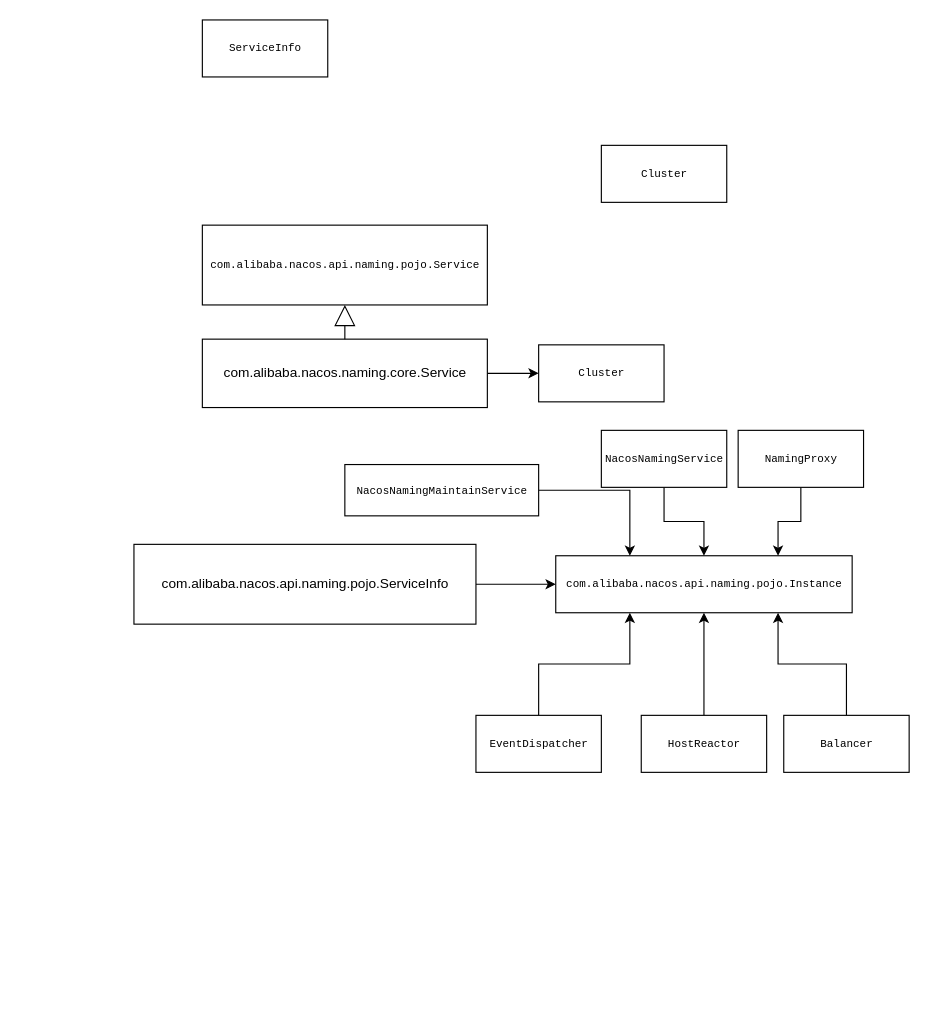
This is nacos.drawio from hellojd2018/ms_document, a draw.io file, before an edit. Source tidied: cells renumbered, new cells numbered last; positions are measured from the earlier drawing's top-left corner, leaving out a move shared by most shapes. Both pictures are drawn from the tidied source at 114%, with x=0, y=0 at pixel (133, 19).
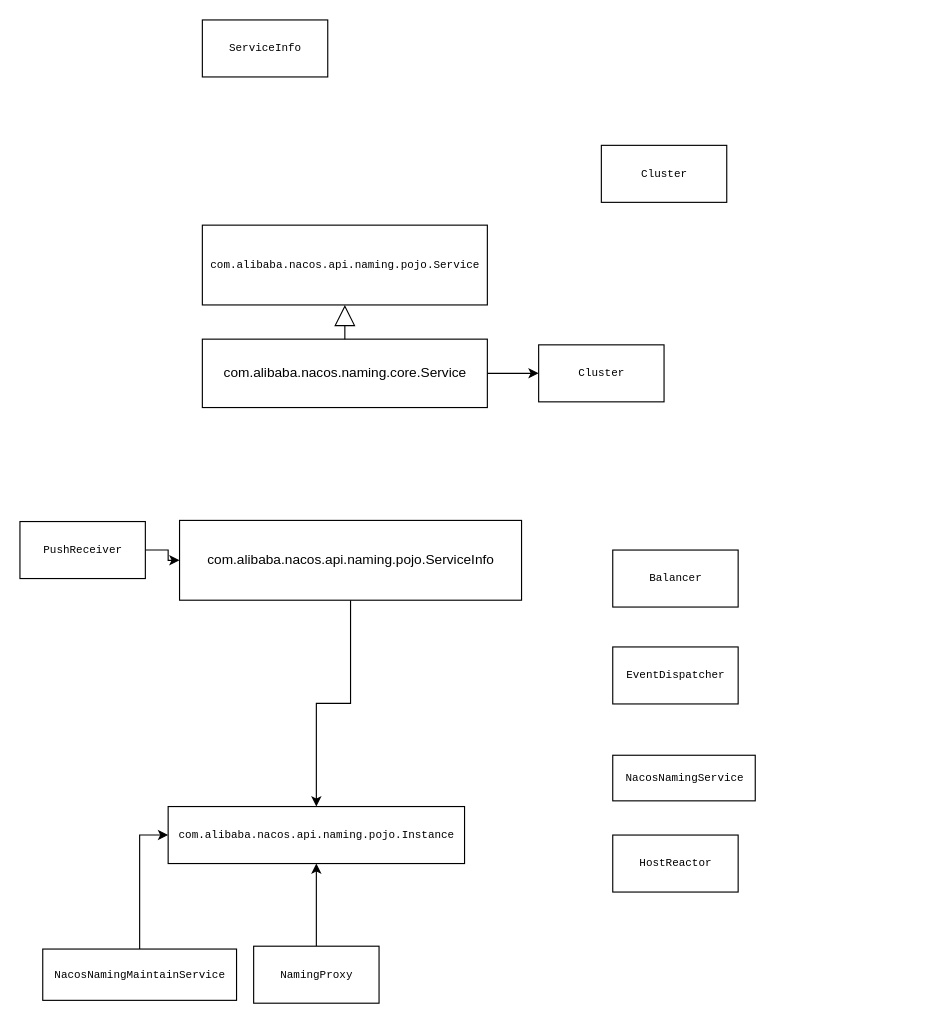
After the change.

Diff of the diagram source:
```diff
@@
     <mxCell id="3" value="&lt;pre style=&quot;background-color: rgb(255 , 255 , 255) ; font-size: 7.2pt&quot;&gt;&lt;span style=&quot;font-size: 7.2pt ; white-space: nowrap&quot;&gt;com.alibaba.nacos.api.naming.pojo.Instance&lt;/span&gt;&lt;/pre&gt;" style="html=1;" parent="1" vertex="1">
-      <mxGeometry x="370" y="470" width="260" height="50" as="geometry" />
+      <mxGeometry x="30" y="690" width="260" height="50" as="geometry" />
     </mxCell>
@@
-    <mxCell id="10" style="edgeStyle=orthogonalEdgeStyle;rounded=0;jettySize=auto;html=1;exitX=1;exitY=0.5;exitDx=0;exitDy=0;entryX=0;entryY=0.5;entryDx=0;entryDy=0;" parent="1" edge="1" source="11" target="3">
+    <mxCell id="10" style="edgeStyle=orthogonalEdgeStyle;rounded=0;jettySize=auto;html=1;exitX=0.5;exitY=1;exitDx=0;exitDy=0;entryX=0.5;entryY=0;entryDx=0;entryDy=0;" parent="1" edge="1" source="11" target="3">
       <mxGeometry relative="1" as="geometry" />
     </mxCell>
     <mxCell id="11" value="com.alibaba.nacos.api.naming.pojo.ServiceInfo" style="html=1;" parent="1" vertex="1">
-      <mxGeometry y="460" width="300" height="70" as="geometry" />
+      <mxGeometry x="40" y="439" width="300" height="70" as="geometry" />
     </mxCell>
-    <mxCell id="12" style="edgeStyle=orthogonalEdgeStyle;rounded=0;jettySize=auto;html=1;exitX=0.5;exitY=0;exitDx=0;exitDy=0;entryX=0.5;entryY=1;entryDx=0;entryDy=0;" parent="1" edge="1" source="13" target="3">
-      <mxGeometry relative="1" as="geometry" />
-    </mxCell>
     <mxCell id="13" value="&lt;pre style=&quot;background-color: rgb(255 , 255 , 255) ; font-size: 7.2pt&quot;&gt;HostReactor&lt;/pre&gt;" style="html=1;" parent="1" vertex="1">
-      <mxGeometry x="445" y="610" width="110" height="50" as="geometry" />
+      <mxGeometry x="420" y="715" width="110" height="50" as="geometry" />
     </mxCell>
-    <mxCell id="14" style="edgeStyle=orthogonalEdgeStyle;rounded=0;jettySize=auto;html=1;exitX=0.5;exitY=0;exitDx=0;exitDy=0;entryX=0.25;entryY=1;entryDx=0;entryDy=0;" parent="1" edge="1" source="15" target="3">
-      <mxGeometry relative="1" as="geometry" />
-    </mxCell>
     <mxCell id="15" value="&lt;pre style=&quot;background-color: rgb(255 , 255 , 255) ; font-size: 7.2pt&quot;&gt;EventDispatcher&lt;/pre&gt;" style="html=1;" parent="1" vertex="1">
-      <mxGeometry x="300" y="610" width="110" height="50" as="geometry" />
+      <mxGeometry x="420" y="550" width="110" height="50" as="geometry" />
     </mxCell>
-    <mxCell id="16" style="edgeStyle=orthogonalEdgeStyle;rounded=0;jettySize=auto;html=1;exitX=0.5;exitY=0;exitDx=0;exitDy=0;entryX=0.75;entryY=1;entryDx=0;entryDy=0;" parent="1" edge="1" source="17" target="3">
-      <mxGeometry relative="1" as="geometry" />
-    </mxCell>
     <mxCell id="17" value="&lt;pre style=&quot;background-color: rgb(255 , 255 , 255) ; font-size: 7.2pt&quot;&gt;Balancer&lt;/pre&gt;" style="html=1;" parent="1" vertex="1">
-      <mxGeometry x="570" y="610" width="110" height="50" as="geometry" />
+      <mxGeometry x="420" y="465" width="110" height="50" as="geometry" />
     </mxCell>
-    <mxCell id="18" style="edgeStyle=orthogonalEdgeStyle;rounded=0;jettySize=auto;html=1;entryX=0.75;entryY=0;entryDx=0;entryDy=0;" parent="1" edge="1" source="19" target="3">
+    <mxCell id="18" style="edgeStyle=orthogonalEdgeStyle;rounded=0;jettySize=auto;html=1;" parent="1" edge="1" source="19" target="3">
       <mxGeometry relative="1" as="geometry" />
     </mxCell>
     <mxCell id="19" value="&lt;pre style=&quot;background-color: rgb(255 , 255 , 255) ; font-size: 7.2pt&quot;&gt;NamingProxy&lt;/pre&gt;" style="html=1;" parent="1" vertex="1">
-      <mxGeometry x="530" y="360" width="110" height="50" as="geometry" />
+      <mxGeometry x="105" y="812.5" width="110" height="50" as="geometry" />
     </mxCell>
-    <mxCell id="20" style="edgeStyle=orthogonalEdgeStyle;rounded=0;jettySize=auto;html=1;exitX=0.5;exitY=1;exitDx=0;exitDy=0;" parent="1" edge="1" source="21" target="3">
-      <mxGeometry relative="1" as="geometry" />
-    </mxCell>
     <mxCell id="21" value="&lt;pre style=&quot;background-color: rgb(255 , 255 , 255) ; font-size: 7.2pt&quot;&gt;NacosNamingService&lt;/pre&gt;" style="html=1;" parent="1" vertex="1">
-      <mxGeometry x="410" y="360" width="110" height="50" as="geometry" />
+      <mxGeometry x="420" y="645" width="125" height="40" as="geometry" />
     </mxCell>
-    <mxCell id="22" style="edgeStyle=orthogonalEdgeStyle;rounded=0;jettySize=auto;html=1;entryX=0.25;entryY=0;entryDx=0;entryDy=0;" parent="1" edge="1" source="23" target="3">
+    <mxCell id="22" style="edgeStyle=orthogonalEdgeStyle;rounded=0;jettySize=auto;html=1;entryX=0;entryY=0.5;entryDx=0;entryDy=0;" parent="1" edge="1" source="23" target="3">
       <mxGeometry relative="1" as="geometry" />
     </mxCell>
     <mxCell id="23" value="&lt;pre style=&quot;background-color: rgb(255 , 255 , 255) ; font-size: 7.2pt&quot;&gt;NacosNamingMaintainService&lt;/pre&gt;" style="html=1;" parent="1" vertex="1">
-      <mxGeometry x="185" y="390" width="170" height="45" as="geometry" />
+      <mxGeometry x="-80" y="815" width="170" height="45" as="geometry" />
     </mxCell>
+    <mxCell id="24" style="edgeStyle=orthogonalEdgeStyle;rounded=0;jettySize=auto;html=1;entryX=0;entryY=0.5;entryDx=0;entryDy=0;" parent="1" edge="1" source="25" target="11">
+      <mxGeometry relative="1" as="geometry" />
+    </mxCell>
+    <mxCell id="25" value="&lt;pre style=&quot;background-color: rgb(255 , 255 , 255) ; font-size: 7.2pt&quot;&gt;PushReceiver&lt;/pre&gt;" style="html=1;" parent="1" vertex="1">
+      <mxGeometry x="-100" y="440" width="110" height="50" as="geometry" />
+    </mxCell>
```
